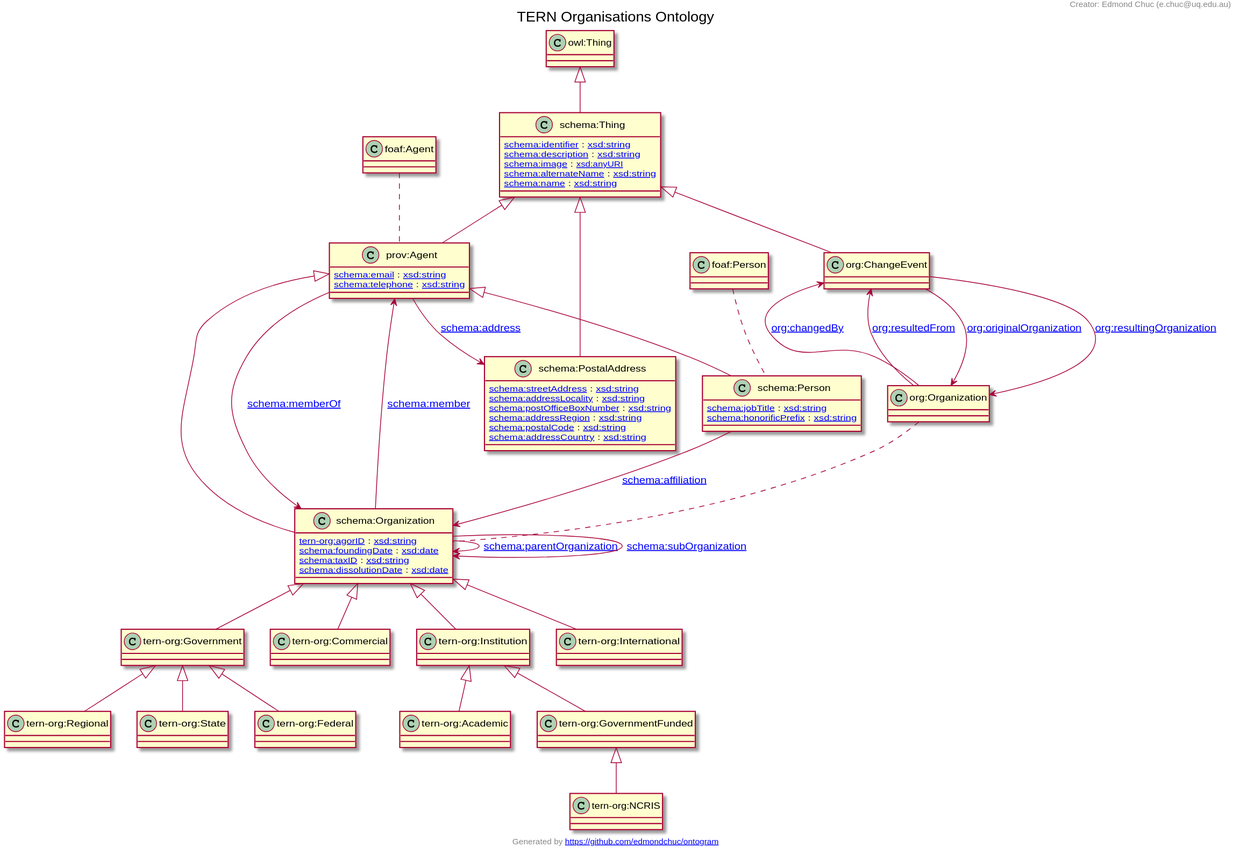
ternaustralia/ontology_tern-org keeps this PlantUML diagram as docs/tern-org.ttl.txt.svg. Above is the earlier version.
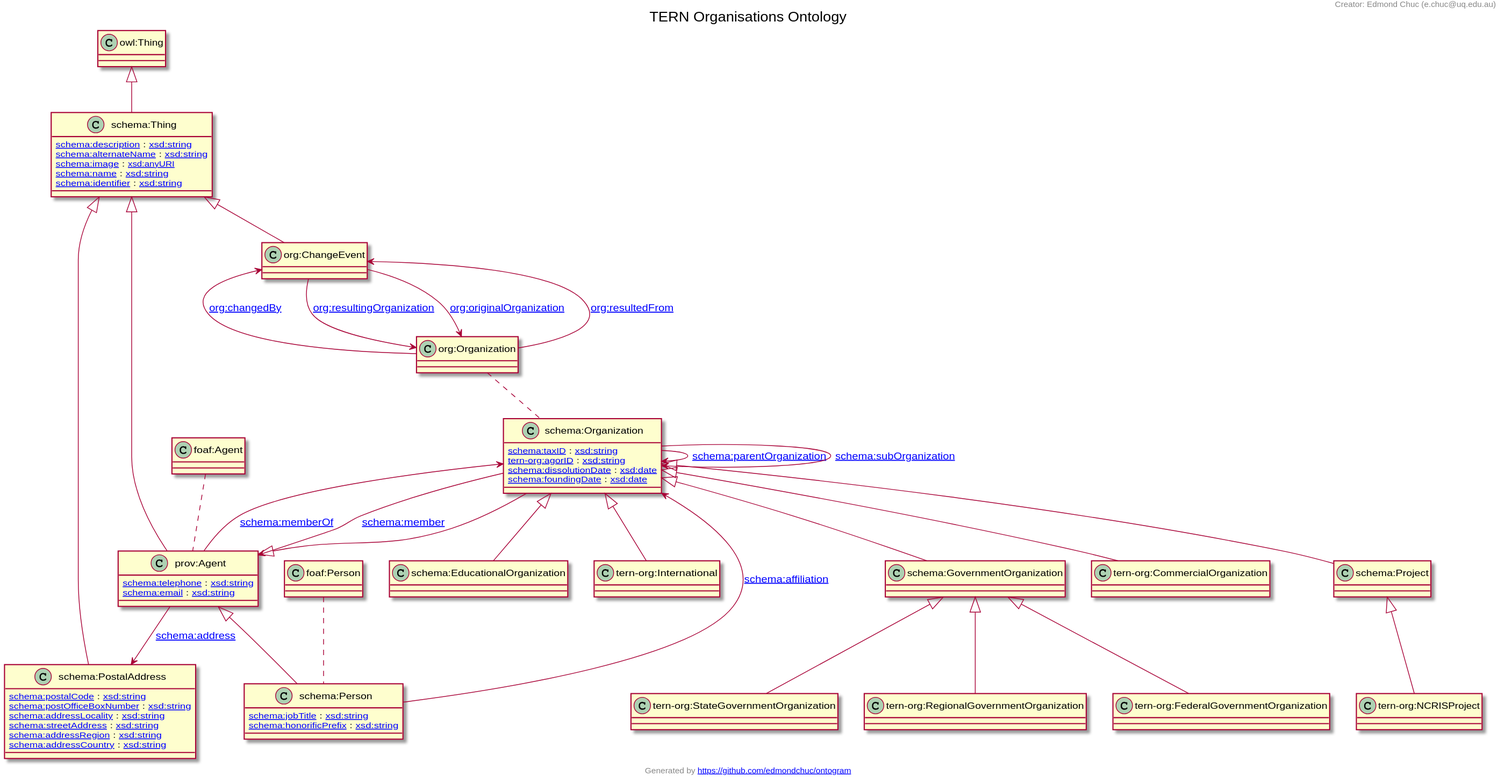
Later version of the same file.

Commit message:
Refactored the organization class hierarchy to use some classes from schema.org and renamed most class names to include the word organization in the URI

Change to the diagram source:
```diff
@@ -1,85 +1,82 @@
 @startuml
 title TERN Organisations Ontology
+"schema:Organization" <|-- "schema:GovernmentOrganization"
+"schema:Thing" <|-- "schema:PostalAddress"
+"prov:Agent" <|-- "schema:Person"
+"schema:Thing" <|-- "org:ChangeEvent"
+"schema:GovernmentOrganization" <|-- "tern-org:RegionalGovernmentOrganization"
+"schema:GovernmentOrganization" <|-- "tern-org:StateGovernmentOrganization"
+"schema:Organization" <|-- "tern-org:CommercialOrganization"
+"schema:Project" <|-- "tern-org:NCRISProject"
+"schema:GovernmentOrganization" <|-- "tern-org:FederalGovernmentOrganization"
+"owl:Thing" <|-- "schema:Thing"
+"schema:Organization" <|-- "schema:EducationalOrganization"
+"schema:Organization" <|-- "tern-org:International"
+"prov:Agent" <|-- "schema:Organization"
 "schema:Thing" <|-- "prov:Agent"
-"tern-org:Government" <|-- "tern-org:Federal"
-"schema:Organization" <|-- "tern-org:Commercial"
-"schema:Organization" <|-- "tern-org:Government"
-"prov:Agent" <|-- "schema:Organization"
-"tern-org:Institution" <|-- "tern-org:Academic"
-"tern-org:Government" <|-- "tern-org:Regional"
-"prov:Agent" <|-- "schema:Person"
-"tern-org:Institution" <|-- "tern-org:GovernmentFunded"
-"schema:Thing" <|-- "org:ChangeEvent"
-"schema:Thing" <|-- "schema:PostalAddress"
-"tern-org:GovernmentFunded" <|-- "tern-org:NCRIS"
-"owl:Thing" <|-- "schema:Thing"
-"schema:Organization" <|-- "tern-org:Institution"
-"tern-org:Government" <|-- "tern-org:State"
-"schema:Organization" <|-- "tern-org:International"
-Class "prov:Agent" [[http://www.w3.org/ns/prov#Agent]] {
-[[http://schema.org/email schema:email]] : [[http://www.w3.org/2001/XMLSchema#string xsd:string]]
-[[http://schema.org/telephone schema:telephone]] : [[http://www.w3.org/2001/XMLSchema#string xsd:string]]
+"schema:Organization" <|-- "schema:Project"
+Class "schema:GovernmentOrganization" [[http://schema.org/GovernmentOrganization]] {
 }
-Class "tern-org:Federal" [[https://w3id.org/tern/ontologies/org/Federal]] {
-}
-Class "tern-org:Commercial" [[https://w3id.org/tern/ontologies/org/Commercial]] {
-}
-Class "tern-org:Government" [[https://w3id.org/tern/ontologies/org/Government]] {
-}
-Class "schema:Organization" [[http://schema.org/Organization]] {
-[[https://w3id.org/tern/ontologies/org/agorID tern-org:agorID]] : [[http://www.w3.org/2001/XMLSchema#string xsd:string]]
-[[http://schema.org/foundingDate schema:foundingDate]] : [[http://www.w3.org/2001/XMLSchema#date xsd:date]]
-[[http://schema.org/taxID schema:taxID]] : [[http://www.w3.org/2001/XMLSchema#string xsd:string]]
-[[http://schema.org/dissolutionDate schema:dissolutionDate]] : [[http://www.w3.org/2001/XMLSchema#date xsd:date]]
-}
-Class "tern-org:Academic" [[https://w3id.org/tern/ontologies/org/Academic]] {
-}
-Class "tern-org:Regional" [[https://w3id.org/tern/ontologies/org/Regional]] {
+Class "schema:PostalAddress" [[http://schema.org/PostalAddress]] {
+[[http://schema.org/postalCode schema:postalCode]] : [[http://www.w3.org/2001/XMLSchema#string xsd:string]]
+[[http://schema.org/postOfficeBoxNumber schema:postOfficeBoxNumber]] : [[http://www.w3.org/2001/XMLSchema#string xsd:string]]
+[[http://schema.org/addressLocality schema:addressLocality]] : [[http://www.w3.org/2001/XMLSchema#string xsd:string]]
+[[http://schema.org/streetAddress schema:streetAddress]] : [[http://www.w3.org/2001/XMLSchema#string xsd:string]]
+[[http://schema.org/addressRegion schema:addressRegion]] : [[http://www.w3.org/2001/XMLSchema#string xsd:string]]
+[[http://schema.org/addressCountry schema:addressCountry]] : [[http://www.w3.org/2001/XMLSchema#string xsd:string]]
 }
 Class "schema:Person" [[http://schema.org/Person]] {
 [[http://schema.org/jobTitle schema:jobTitle]] : [[http://www.w3.org/2001/XMLSchema#string xsd:string]]
 [[http://schema.org/honorificPrefix schema:honorificPrefix]] : [[http://www.w3.org/2001/XMLSchema#string xsd:string]]
 }
-Class "tern-org:GovernmentFunded" [[https://w3id.org/tern/ontologies/org/GovernmentFunded]] {
-}
 Class "org:ChangeEvent" [[http://www.w3.org/ns/org#ChangeEvent]] {
 }
-Class "schema:PostalAddress" [[http://schema.org/PostalAddress]] {
-[[http://schema.org/streetAddress schema:streetAddress]] : [[http://www.w3.org/2001/XMLSchema#string xsd:string]]
-[[http://schema.org/addressLocality schema:addressLocality]] : [[http://www.w3.org/2001/XMLSchema#string xsd:string]]
-[[http://schema.org/postOfficeBoxNumber schema:postOfficeBoxNumber]] : [[http://www.w3.org/2001/XMLSchema#string xsd:string]]
-[[http://schema.org/addressRegion schema:addressRegion]] : [[http://www.w3.org/2001/XMLSchema#string xsd:string]]
-[[http://schema.org/postalCode schema:postalCode]] : [[http://www.w3.org/2001/XMLSchema#string xsd:string]]
-[[http://schema.org/addressCountry schema:addressCountry]] : [[http://www.w3.org/2001/XMLSchema#string xsd:string]]
+Class "tern-org:RegionalGovernmentOrganization" [[https://w3id.org/tern/ontologies/org/RegionalGovernmentOrganization]] {
 }
-Class "tern-org:NCRIS" [[https://w3id.org/tern/ontologies/org/NCRIS]] {
+Class "tern-org:StateGovernmentOrganization" [[https://w3id.org/tern/ontologies/org/StateGovernmentOrganization]] {
+}
+Class "tern-org:CommercialOrganization" [[https://w3id.org/tern/ontologies/org/CommercialOrganization]] {
+}
+Class "tern-org:NCRISProject" [[https://w3id.org/tern/ontologies/org/NCRISProject]] {
+}
+Class "tern-org:FederalGovernmentOrganization" [[https://w3id.org/tern/ontologies/org/FederalGovernmentOrganization]] {
 }
 Class "schema:Thing" [[http://schema.org/Thing]] {
+[[http://schema.org/description schema:description]] : [[http://www.w3.org/2001/XMLSchema#string xsd:string]]
+[[http://schema.org/alternateName schema:alternateName]] : [[http://www.w3.org/2001/XMLSchema#string xsd:string]]
+[[http://schema.org/image schema:image]] : [[http://www.w3.org/2001/XMLSchema#anyURI xsd:anyURI]]
+[[http://schema.org/name schema:name]] : [[http://www.w3.org/2001/XMLSchema#string xsd:string]]
 [[http://schema.org/identifier schema:identifier]] : [[http://www.w3.org/2001/XMLSchema#string xsd:string]]
-[[http://schema.org/description schema:description]] : [[http://www.w3.org/2001/XMLSchema#string xsd:string]]
-[[http://schema.org/image schema:image]] : [[http://www.w3.org/2001/XMLSchema#anyURI xsd:anyURI]]
-[[http://schema.org/alternateName schema:alternateName]] : [[http://www.w3.org/2001/XMLSchema#string xsd:string]]
-[[http://schema.org/name schema:name]] : [[http://www.w3.org/2001/XMLSchema#string xsd:string]]
 }
-Class "tern-org:Institution" [[https://w3id.org/tern/ontologies/org/Institution]] {
-}
-Class "tern-org:State" [[https://w3id.org/tern/ontologies/org/State]] {
+Class "schema:EducationalOrganization" [[http://schema.org/EducationalOrganization]] {
 }
 Class "tern-org:International" [[https://w3id.org/tern/ontologies/org/International]] {
 }
+Class "schema:Organization" [[http://schema.org/Organization]] {
+[[http://schema.org/taxID schema:taxID]] : [[http://www.w3.org/2001/XMLSchema#string xsd:string]]
+[[https://w3id.org/tern/ontologies/org/agorID tern-org:agorID]] : [[http://www.w3.org/2001/XMLSchema#string xsd:string]]
+[[http://schema.org/dissolutionDate schema:dissolutionDate]] : [[http://www.w3.org/2001/XMLSchema#date xsd:date]]
+[[http://schema.org/foundingDate schema:foundingDate]] : [[http://www.w3.org/2001/XMLSchema#date xsd:date]]
+}
+Class "prov:Agent" [[http://www.w3.org/ns/prov#Agent]] {
+[[http://schema.org/telephone schema:telephone]] : [[http://www.w3.org/2001/XMLSchema#string xsd:string]]
+[[http://schema.org/email schema:email]] : [[http://www.w3.org/2001/XMLSchema#string xsd:string]]
+}
+Class "schema:Project" [[http://schema.org/Project]] {
+}
+"prov:Agent" --> "schema:PostalAddress" : "[[http://schema.org/address schema:address]]"
+"prov:Agent" --> "schema:Organization" : "[[http://schema.org/memberOf schema:memberOf]]"
+"schema:Person" --> "schema:Organization" : "[[http://schema.org/affiliation schema:affiliation]]"
+"org:Organization" --> "org:ChangeEvent" : "[[http://www.w3.org/ns/org#resultedFrom org:resultedFrom]]"
+"org:Organization" --> "org:ChangeEvent" : "[[http://www.w3.org/ns/org#changedBy org:changedBy]]"
+"schema:Organization" --> "prov:Agent" : "[[http://schema.org/member schema:member]]"
 "schema:Organization" --> "schema:Organization" : "[[http://schema.org/parentOrganization schema:parentOrganization]]"
+"org:ChangeEvent" --> "org:Organization" : "[[http://www.w3.org/ns/org#resultingOrganization org:resultingOrganization]]"
 "org:ChangeEvent" --> "org:Organization" : "[[http://www.w3.org/ns/org#originalOrganization org:originalOrganization]]"
-"prov:Agent" --> "schema:PostalAddress" : "[[http://schema.org/address schema:address]]"
-"schema:Person" --> "schema:Organization" : "[[http://schema.org/affiliation schema:affiliation]]"
-"org:ChangeEvent" --> "org:Organization" : "[[http://www.w3.org/ns/org#resultingOrganization org:resultingOrganization]]"
-"org:Organization" --> "org:ChangeEvent" : "[[http://www.w3.org/ns/org#changedBy org:changedBy]]"
-"prov:Agent" --> "schema:Organization" : "[[http://schema.org/memberOf schema:memberOf]]"
-"schema:Organization" --> "prov:Agent" : "[[http://schema.org/member schema:member]]"
 "schema:Organization" --> "schema:Organization" : "[[http://schema.org/subOrganization schema:subOrganization]]"
-"org:Organization" --> "org:ChangeEvent" : "[[http://www.w3.org/ns/org#resultedFrom org:resultedFrom]]"
+"foaf:Person" .. "schema:Person"
+"org:Organization" .. "schema:Organization"
 "foaf:Agent" .. "prov:Agent"
-"org:Organization" .. "schema:Organization"
-"foaf:Person" .. "schema:Person"
 header
 Creator: Edmond Chuc (e.chuc@uq.edu.au)
 endheader
```
